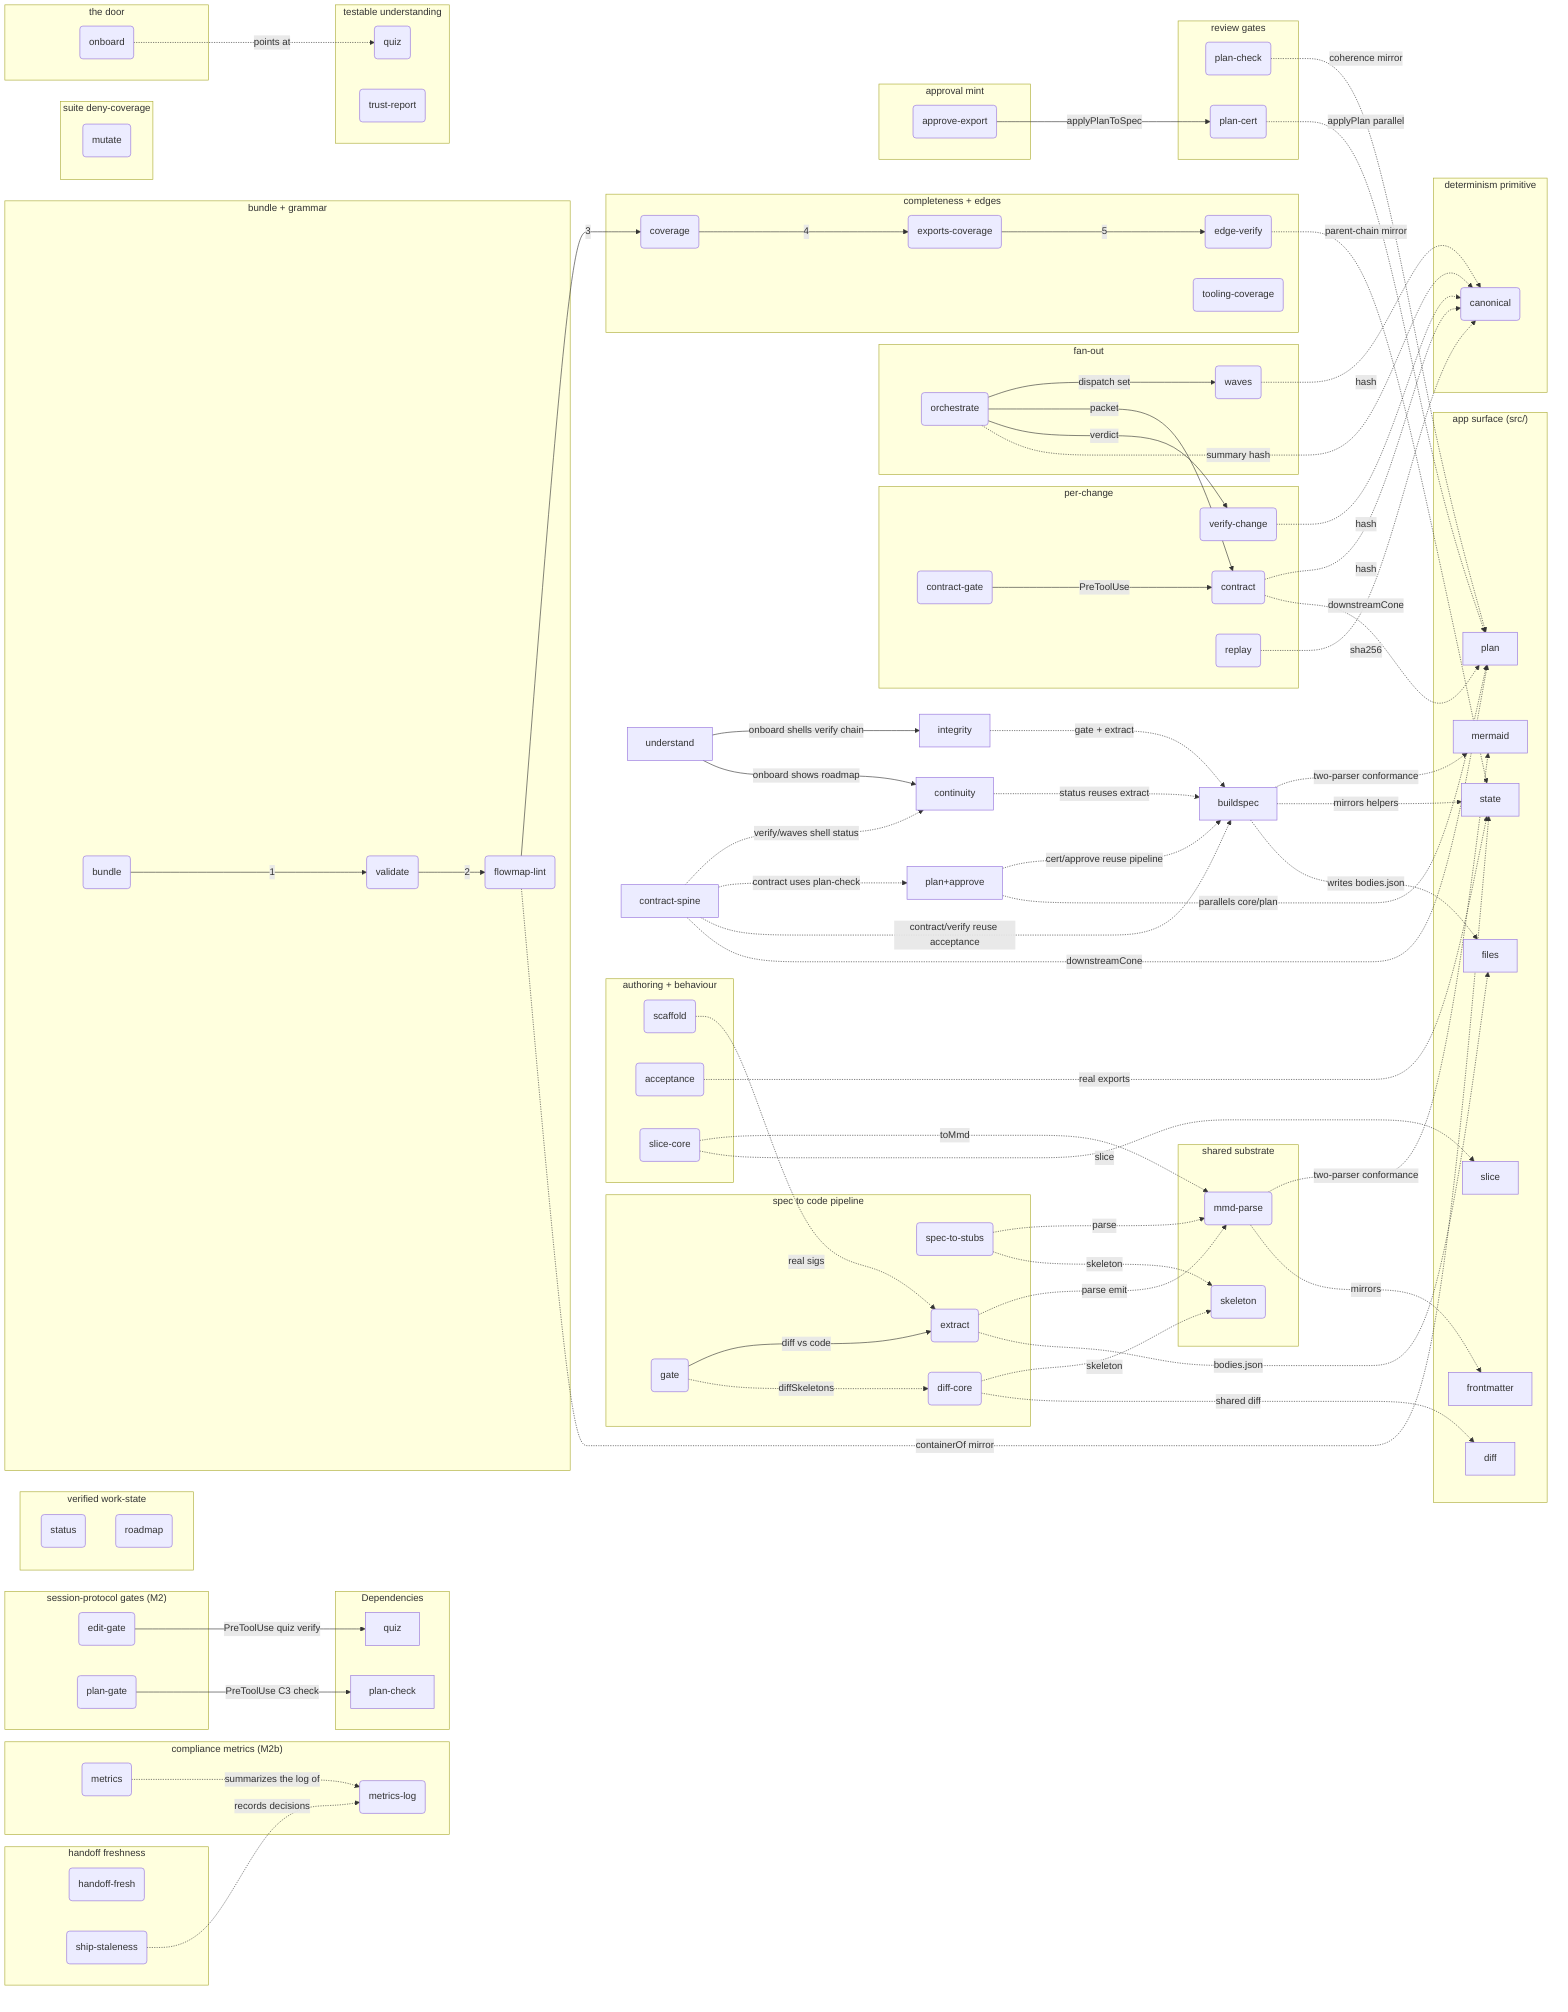
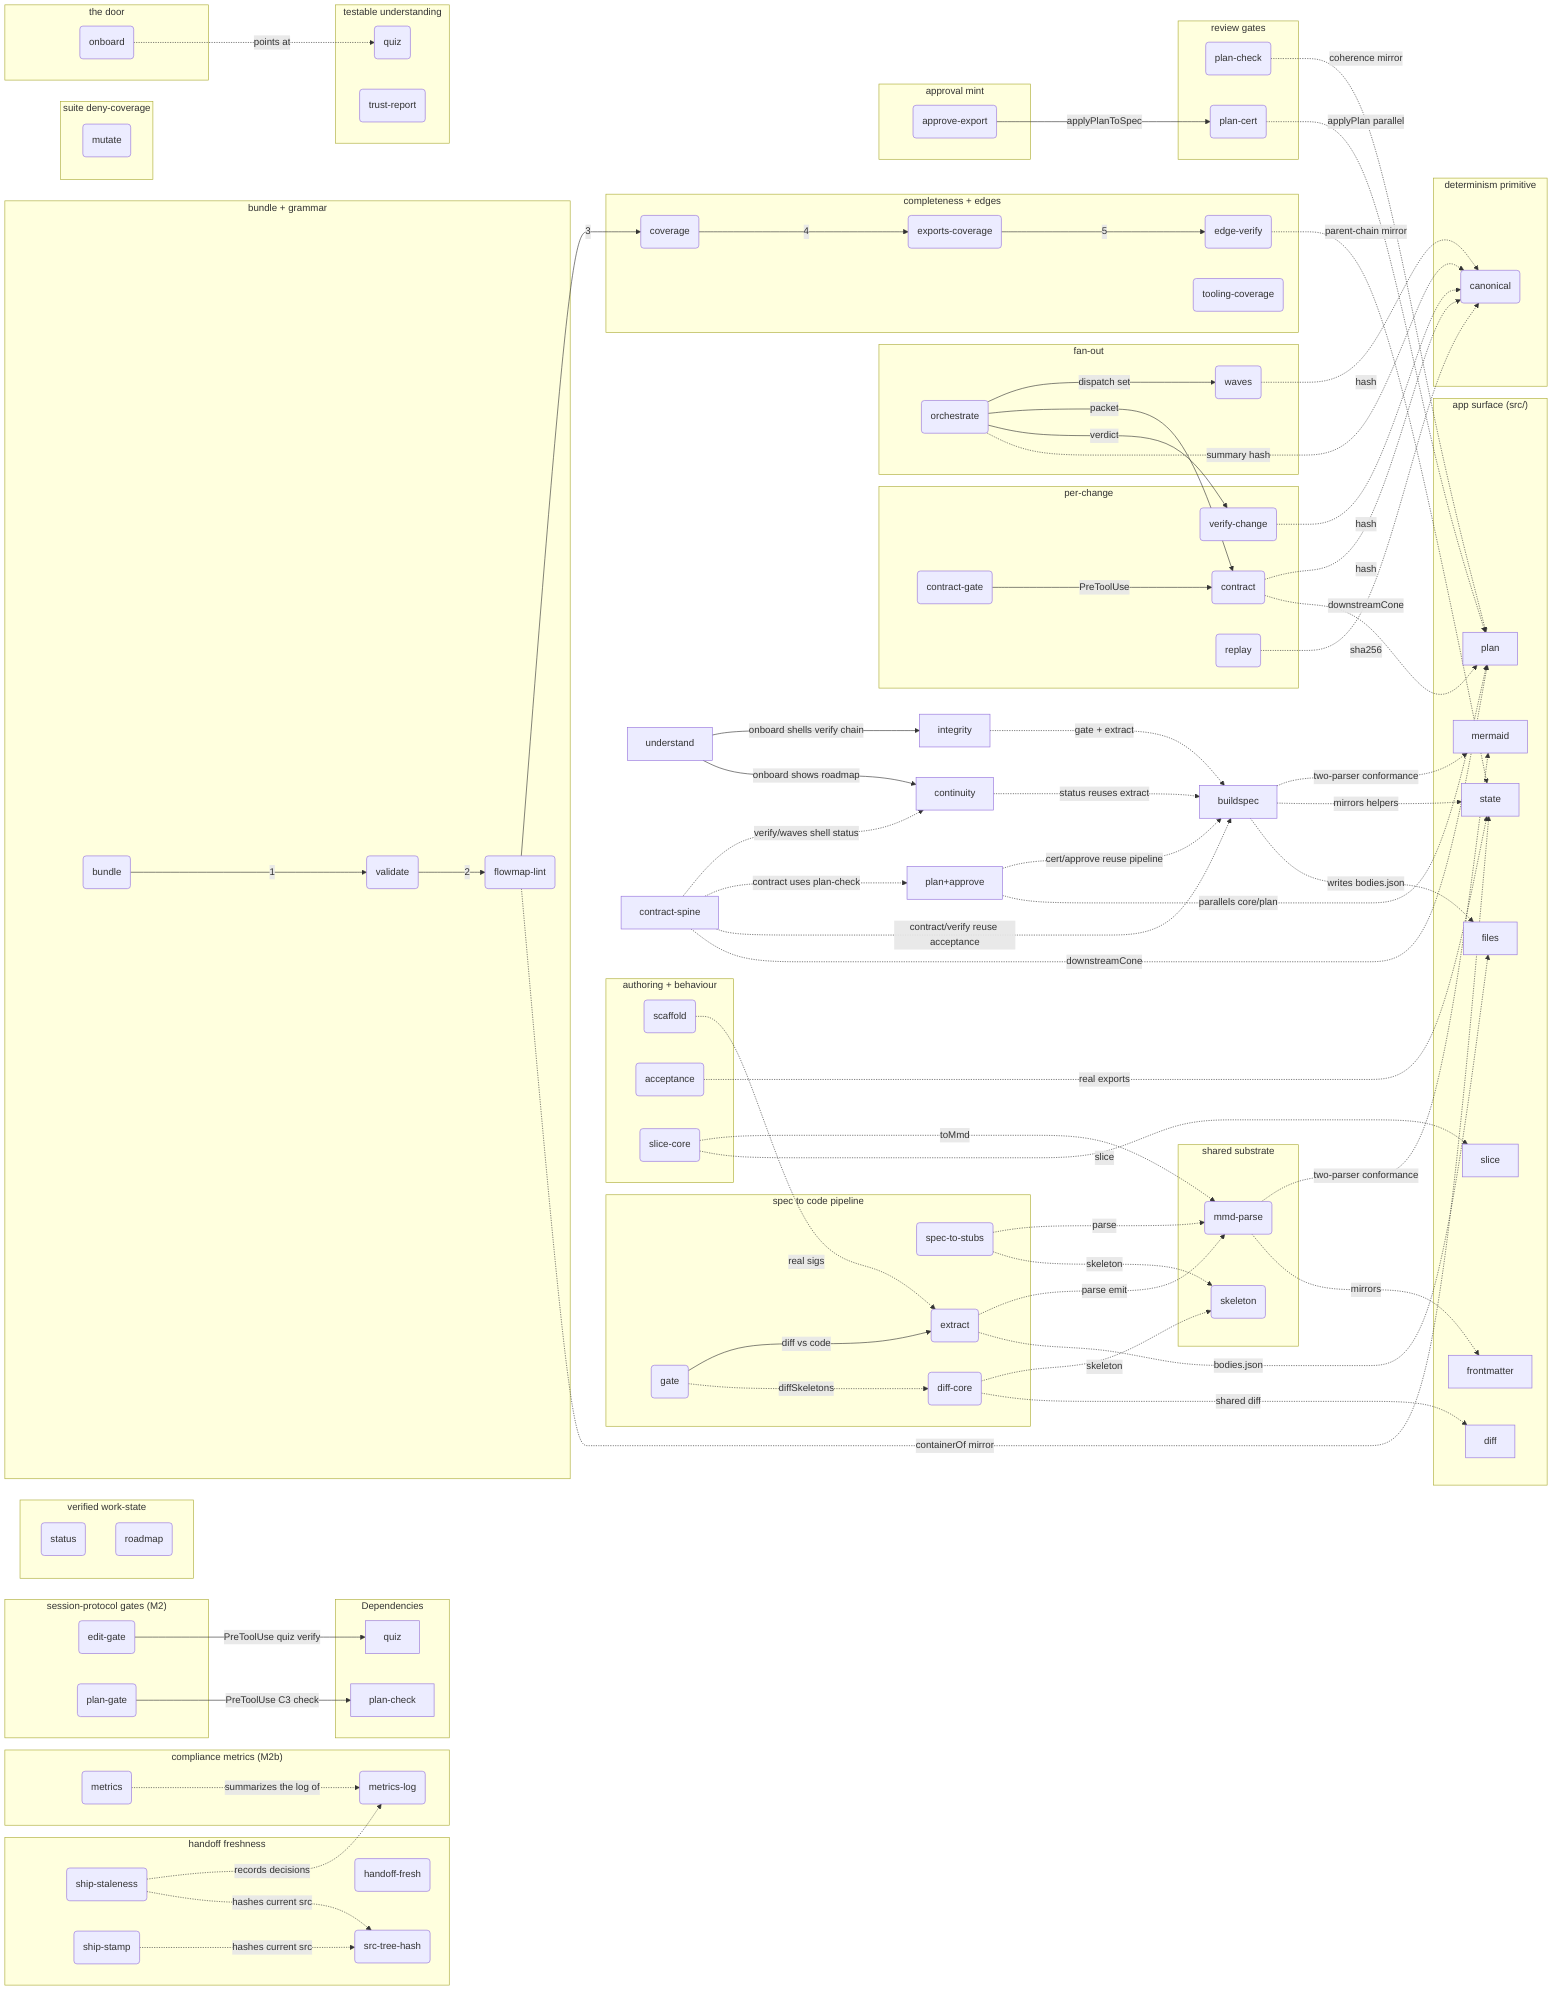
flowchart LR
%% AUTO-GENERATED BUNDLE — do not edit. Edit the per-folder fragments and re-bundle.
%% root flowmapBuildspec

%% fm:meta mermaid name=mermaid
%% fm:meta mermaid desc=app serializer/parser the tooling parser must agree with (two-parser conformance A3)
%% fm:meta frontmatter name=frontmatter
%% fm:meta frontmatter desc=app frontmatter model the tooling parser and skeleton mirror
%% fm:meta state name=state
%% fm:meta state desc=app model and geometry helpers the tooling mirrors and runs acceptance cases against
%% fm:meta files name=files
%% fm:meta files desc=app file IO that consumes the bodies.json the extractor writes
%% fm:meta diff name=diff
%% fm:meta diff desc=app semantic diff whose engine the tooling diff-core shares
%% fm:meta slice name=slice
%% fm:meta slice desc=app neighbourhood slice whose engine the tooling slice-core mirrors
%% fm:meta plan name=plan
%% fm:meta plan desc=app plan overlay model the tooling plan/cert/contract tools parallel and route into
%% fm:meta flowmapBuildspec__mmdParse name=mmd-parse
%% fm:meta flowmapBuildspec__mmdParse desc=zero-dep parser and serializer for the .mmd dialect every tool imports
%% fm:meta flowmapBuildspec__skeleton name=skeleton
%% fm:meta flowmapBuildspec__skeleton desc=canonical contract skeleton of a node plus all type normalization
%% fm:meta flowmapBuildspec__specToStubs name=spec-to-stubs
%% fm:meta flowmapBuildspec__specToStubs desc=step 1 emit TS stubs and contracts so interface drift becomes a tsc error
%% fm:meta flowmapBuildspec__extract name=extract
%% fm:meta flowmapBuildspec__extract desc=step 2 ts-morph walks src and re-serializes real code into a map plus bodies.json
%% fm:meta flowmapBuildspec__diffCore name=diff-core
%% fm:meta flowmapBuildspec__diffCore desc=pure structural diff between two skeleton maps categorizing every mismatch
%% fm:meta flowmapBuildspec__gate name=gate
%% fm:meta flowmapBuildspec__gate desc=step 3 diff committed spec against extracted code and exit non-zero on drift
%% fm:meta flowmapBuildspec__scaffold name=scaffold
%% fm:meta flowmapBuildspec__scaffold desc=author aid init backfill signatures and append plan nodes to fragments
%% fm:meta flowmapBuildspec__acceptance name=acceptance
%% fm:meta flowmapBuildspec__acceptance desc=Keystone 2 run behavioural cases against real src exports to prove correctness
%% fm:meta flowmapBuildspec__sliceCore name=slice-core
%% fm:meta flowmapBuildspec__sliceCore desc=pure model slicer reducing a parsed map to a seed node neighbourhood
%% fm:meta flowmapContinuity__status name=status
%% fm:meta flowmapContinuity__status desc=verified work-state compare a plan proposed signatures against live code built pending drifted missing
%% fm:meta flowmapContinuity__roadmap name=roadmap
%% fm:meta flowmapContinuity__roadmap desc=compute roadmap phase status from predicates and audit the no prose status ban
%% fm:meta flowmapContinuity__handoff name=handoff-fresh
%% fm:meta flowmapContinuity__handoff desc=detect when the handoff lags commits and falsify not yet committed prose claims
%% fm:meta flowmapContinuity__shipStaleness name=ship-staleness
- %% fm:meta flowmapContinuity__shipStaleness desc=Stop hook block a session end while the shipped map lags src demanding flowmap ship
+ %% fm:meta flowmapContinuity__shipStaleness desc=Stop hook block a session end while src content hash differs from the last recorded ship stamp
+ %% fm:meta flowmapContinuity__shipStamp name=ship-stamp
+ %% fm:meta flowmapContinuity__shipStamp desc=last step of flowmap ship record the current src content hash to docs flowmap ship-stamp.json
+ %% fm:meta flowmapContinuity__srcTreeHash name=src-tree-hash
+ %% fm:meta flowmapContinuity__srcTreeHash desc=git plumbing content hash of a directory working tree scratch index add write-tree no timestamps
%% fm:meta flowmapContinuity__metrics name=metrics
%% fm:meta flowmapContinuity__metrics desc=M2b summarize the compliance log into rates quiz gate ship cert unproven and wrap ship runs transparently
%% fm:meta flowmapContinuity__metricsLog name=metrics-log
%% fm:meta flowmapContinuity__metricsLog desc=fail silent JSONL emitter the gates quiz and verdict tools import logging may never change a decision
%% fm:meta flowmapContractSpine__canonical name=canonical
%% fm:meta flowmapContractSpine__canonical desc=the determinism primitive key sorted JSON and sha256 so equality is a hash compare
%% fm:meta flowmapContractSpine__contract name=contract
%% fm:meta flowmapContractSpine__contract desc=emit a byte deterministic per change packet by routing blast radius source and coherence
%% fm:meta flowmapContractSpine__contractGate name=contract-gate
%% fm:meta flowmapContractSpine__contractGate desc=PreToolUse hook deny a spawn carrying a contract sentinel unless the contract resolves clean
%% fm:meta flowmapContractSpine__editGate name=edit-gate
%% fm:meta flowmapContractSpine__editGate desc=PreToolUse hook deny a src edit unless a quiz pass verifies against the current map bytes
%% fm:meta flowmapContractSpine__planGate name=plan-gate
%% fm:meta flowmapContractSpine__planGate desc=PreToolUse hook deny ExitPlanMode while the named or in flight plan fails coherence
%% fm:meta flowmapContractSpine__verifyChange name=verify-change
%% fm:meta flowmapContractSpine__verifyChange desc=fold structural and behavioural results into a data only verdict strict refuses over trust
%% fm:meta flowmapContractSpine__replay name=replay
%% fm:meta flowmapContractSpine__replay desc=determinism harness run a command N times and assert one stdout hash
%% fm:meta flowmapContractSpine__waves name=waves
%% fm:meta flowmapContractSpine__waves desc=topological wave partition of unbuilt changes with cycle detection for parallel dispatch
%% fm:meta flowmapContractSpine__orchestrate name=orchestrate
%% fm:meta flowmapContractSpine__orchestrate desc=the driver waves to per change worktree plus contract to verdict to canonical summary
%% fm:meta flowmapIntegrity__bundle name=bundle
%% fm:meta flowmapIntegrity__bundle desc=merge root plus every fragment into one bundle namespacing private ids
%% fm:meta flowmapIntegrity__validate name=validate
%% fm:meta flowmapIntegrity__validate desc=grammar gate one header unique ids every reference resolves one kind per node
%% fm:meta flowmapIntegrity__lint name=flowmap-lint
%% fm:meta flowmapIntegrity__lint desc=architecture altitude gate fail on flat file-mirror or unsectioned loose bag
%% fm:meta flowmapIntegrity__coverage name=coverage
%% fm:meta flowmapIntegrity__coverage desc=file completeness guard every source file is represented or has a fragment
%% fm:meta flowmapIntegrity__exports name=exports-coverage
%% fm:meta flowmapIntegrity__exports desc=symbol completeness guard every exported symbol is a node or audited entry
%% fm:meta flowmapIntegrity__edges name=edge-verify
%% fm:meta flowmapIntegrity__edges desc=edge integrity guard every edge is import backed intra file or audited advisory
%% fm:meta flowmapIntegrity__toolingCoverage name=tooling-coverage
%% fm:meta flowmapIntegrity__toolingCoverage desc=completeness plus symbol truth guard for the tooling map itself
%% fm:meta flowmapIntegrity__mutate name=mutate
%% fm:meta flowmapIntegrity__mutate desc=mutation harness apply corpus defects in isolated HEAD worktrees and assert the suite reacts as the corpus expects
%% fm:meta flowmapPlanApprove__planCheck name=plan-check
%% fm:meta flowmapPlanApprove__planCheck desc=C3 authoring coherence real ids acyclic deps valid parents coherent accepted set
%% fm:meta flowmapPlanApprove__planCert name=plan-cert
%% fm:meta flowmapPlanApprove__planCert desc=C2 dry-run certificate apply the plan and run generate tsc extract gate as a delta
%% fm:meta flowmapPlanApprove__approve name=approve-export
%% fm:meta flowmapPlanApprove__approve desc=E1 mint write approved map contracts filtered plan and checklist
%% fm:meta flowmapUnderstand__onboard name=onboard
%% fm:meta flowmapUnderstand__onboard desc=the single verifiable door shell the verify chain emit invariants print quiz and roadmap
%% fm:meta flowmapUnderstand__quiz name=quiz
%% fm:meta flowmapUnderstand__quiz desc=Keystone 1 generate structural questions and score answers against live re-derived keys
%% fm:meta flowmapUnderstand__trust name=trust-report
%% fm:meta flowmapUnderstand__trust desc=tier every claim verified advisory or unverified so readers know what is enforced

%% kind flowmapBuildspec module
%% kind flowmapIntegrity module
%% kind flowmapUnderstand module
%% kind flowmapContinuity module
%% kind flowmapPlanApprove module
%% kind flowmapContractSpine module
%% kind mermaid module
%% kind frontmatter module
%% kind state module
%% kind files module
%% kind diff module
%% kind slice module
%% kind plan module
%% kind flowmapBuildspec__mmdParse module
%% kind flowmapBuildspec__skeleton module
%% kind flowmapBuildspec__specToStubs service
%% kind flowmapBuildspec__extract service
%% kind flowmapBuildspec__diffCore module
%% kind flowmapBuildspec__gate service
%% kind flowmapBuildspec__scaffold service
%% kind flowmapBuildspec__acceptance service
%% kind flowmapBuildspec__sliceCore module
%% kind flowmapContinuity__status service
%% kind flowmapContinuity__roadmap service
%% kind flowmapContinuity__handoff service
%% kind flowmapContinuity__shipStaleness service
+ %% kind flowmapContinuity__shipStamp service
+ %% kind flowmapContinuity__srcTreeHash module
%% kind flowmapContinuity__metrics service
%% kind flowmapContinuity__metricsLog module
%% kind flowmapContractSpine__canonical module
%% kind flowmapContractSpine__contract service
%% kind flowmapContractSpine__contractGate service
%% kind flowmapContractSpine__editGate service
%% kind flowmapContractSpine__planGate service
%% kind flowmapContractSpine__verifyChange service
%% kind flowmapContractSpine__replay service
%% kind flowmapContractSpine__waves service
%% kind flowmapContractSpine__orchestrate service
%% kind flowmapIntegrity__bundle service
%% kind flowmapIntegrity__validate service
%% kind flowmapIntegrity__lint service
%% kind flowmapIntegrity__coverage service
%% kind flowmapIntegrity__exports service
%% kind flowmapIntegrity__edges service
%% kind flowmapIntegrity__toolingCoverage service
%% kind flowmapIntegrity__mutate service
%% kind flowmapPlanApprove__planCheck service
%% kind flowmapPlanApprove__planCert service
%% kind flowmapPlanApprove__approve service
%% kind flowmapUnderstand__onboard service
%% kind flowmapUnderstand__quiz service
%% kind flowmapUnderstand__trust service
%% parent flowmapBuildspec__bs_substrate flowmapBuildspec
%% parent flowmapBuildspec__bs_pipeline flowmapBuildspec
%% parent flowmapBuildspec__bs_aids flowmapBuildspec
%% parent flowmapContinuity__co_state flowmapContinuity
%% parent flowmapContinuity__co_handoff flowmapContinuity
%% parent flowmapContinuity__co_metrics flowmapContinuity
%% parent flowmapContractSpine__cs_prim flowmapContractSpine
%% parent flowmapContractSpine__cs_change flowmapContractSpine
%% parent flowmapContractSpine__cs_fanout flowmapContractSpine
%% parent flowmapContractSpine__cs_protocol flowmapContractSpine
%% parent flowmapIntegrity__in_build flowmapIntegrity
%% parent flowmapIntegrity__in_complete flowmapIntegrity
%% parent flowmapIntegrity__in_suite flowmapIntegrity
%% parent flowmapPlanApprove__pa_gates flowmapPlanApprove
%% parent flowmapPlanApprove__pa_mint flowmapPlanApprove
%% parent flowmapUnderstand__un_door flowmapUnderstand
%% parent flowmapUnderstand__un_prove flowmapUnderstand
%% src flowmapBuildspec__mmdParse tools/buildspec/mmd-parse.mjs#parseMmd
%% src flowmapBuildspec__skeleton tools/buildspec/skeleton.mjs#specSkeleton
%% src flowmapBuildspec__specToStubs tools/buildspec/spec-to-stubs.mjs#generate
%% src flowmapBuildspec__extract tools/buildspec/extract.mjs#extract
%% src flowmapBuildspec__diffCore tools/buildspec/diff-core.mjs#diffSkeletons
%% src flowmapBuildspec__gate tools/buildspec/gate.mjs
%% src flowmapBuildspec__scaffold tools/buildspec/scaffold.mjs#addFromPlan
%% src flowmapBuildspec__acceptance tools/buildspec/acceptance.mjs#runAcceptance
%% src flowmapBuildspec__sliceCore tools/buildspec/slice-core.mjs#sliceModel
%% src flowmapContinuity__status tools/flowmap/status.mjs
%% src flowmapContinuity__roadmap tools/flowmap/roadmap.mjs
%% src flowmapContinuity__handoff tools/flowmap/handoff-fresh.mjs#checkContentClaims
%% src flowmapContinuity__shipStaleness tools/flowmap/ship-staleness.mjs
+ %% src flowmapContinuity__shipStamp tools/flowmap/ship-stamp.mjs
+ %% src flowmapContinuity__srcTreeHash tools/flowmap/lib/src-tree-hash.mjs#srcTreeHash
%% src flowmapContinuity__metrics tools/flowmap/metrics.mjs
%% src flowmapContinuity__metricsLog tools/flowmap/lib/metrics-log.mjs#recordEvent
%% src flowmapContractSpine__canonical tools/flowmap/lib/canonical.mjs#canonicalize
%% src flowmapContractSpine__contract tools/flowmap/contract.mjs
%% src flowmapContractSpine__contractGate tools/flowmap/contract-gate.mjs
%% src flowmapContractSpine__editGate tools/flowmap/edit-gate.mjs
%% src flowmapContractSpine__planGate tools/flowmap/plan-gate.mjs
%% src flowmapContractSpine__verifyChange tools/flowmap/verify-change.mjs
%% src flowmapContractSpine__replay tools/flowmap/replay.mjs
%% src flowmapContractSpine__waves tools/flowmap/waves.mjs
%% src flowmapContractSpine__orchestrate tools/flowmap/orchestrate.mjs
%% src flowmapIntegrity__bundle tools/flowmap/bundle.mjs
%% src flowmapIntegrity__validate tools/flowmap/validate.mjs
%% src flowmapIntegrity__lint tools/flowmap/flowmap-lint.mjs#lint
%% src flowmapIntegrity__coverage tools/flowmap/coverage.mjs
%% src flowmapIntegrity__exports tools/flowmap/exports-coverage.mjs
%% src flowmapIntegrity__edges tools/flowmap/edge-verify.mjs#verifyEdges
%% src flowmapIntegrity__toolingCoverage tools/flowmap/tooling-coverage.mjs
%% src flowmapIntegrity__mutate tools/flowmap/mutate.mjs
%% src flowmapPlanApprove__planCheck tools/flowmap/plan-check.mjs#checkPlan
%% src flowmapPlanApprove__planCert tools/flowmap/plan-cert.mjs#certifyPlan
%% src flowmapPlanApprove__approve tools/flowmap/approve-export.mjs#approveExport
%% src flowmapUnderstand__onboard tools/flowmap/onboard.mjs
%% src flowmapUnderstand__quiz tools/flowmap/quiz.mjs
%% src flowmapUnderstand__trust tools/flowmap/trust-report.mjs

  flowmapBuildspec["buildspec"]
  flowmapIntegrity["integrity"]
  flowmapUnderstand["understand"]
  flowmapContinuity["continuity"]
  flowmapPlanApprove["plan+approve"]
  flowmapContractSpine["contract-spine"]
  subgraph AppSurface ["app surface (src/)"]
    mermaid["mermaid"]
    frontmatter["frontmatter"]
    state["state"]
    files["files"]
    diff["diff"]
    slice["slice"]
    plan["plan"]
  end
  %% ---- subsystem-level flow (the loop) ----
  %% ---- tooling -> app surface (the blast radius) ----

  subgraph flowmapBuildspec__bs_substrate ["shared substrate"]
    flowmapBuildspec__mmdParse("mmd-parse")
    flowmapBuildspec__skeleton("skeleton")
  end
  subgraph flowmapBuildspec__bs_pipeline ["spec to code pipeline"]
    flowmapBuildspec__specToStubs("spec-to-stubs")
    flowmapBuildspec__extract("extract")
    flowmapBuildspec__gate("gate")
    flowmapBuildspec__diffCore("diff-core")
  end
  subgraph flowmapBuildspec__bs_aids ["authoring + behaviour"]
    flowmapBuildspec__scaffold("scaffold")
    flowmapBuildspec__acceptance("acceptance")
    flowmapBuildspec__sliceCore("slice-core")
  end

  subgraph flowmapContinuity__co_state ["verified work-state"]
    flowmapContinuity__status("status")
    flowmapContinuity__roadmap("roadmap")
  end
  subgraph flowmapContinuity__co_handoff ["handoff freshness"]
    flowmapContinuity__handoff("handoff-fresh")
    flowmapContinuity__shipStaleness("ship-staleness")
+     flowmapContinuity__shipStamp("ship-stamp")
+     flowmapContinuity__srcTreeHash("src-tree-hash")
  end
  subgraph flowmapContinuity__co_metrics ["compliance metrics (M2b)"]
    flowmapContinuity__metrics("metrics")
    flowmapContinuity__metricsLog("metrics-log")
  end

  subgraph flowmapContractSpine__cs_prim ["determinism primitive"]
    flowmapContractSpine__canonical("canonical")
  end
  subgraph flowmapContractSpine__cs_change ["per-change"]
    flowmapContractSpine__contract("contract")
    flowmapContractSpine__contractGate("contract-gate")
    flowmapContractSpine__verifyChange("verify-change")
    flowmapContractSpine__replay("replay")
  end
  subgraph flowmapContractSpine__cs_fanout ["fan-out"]
    flowmapContractSpine__waves("waves")
    flowmapContractSpine__orchestrate("orchestrate")
  end
  subgraph flowmapContractSpine__cs_protocol ["session-protocol gates (M2)"]
    flowmapContractSpine__editGate("edit-gate")
    flowmapContractSpine__planGate("plan-gate")
  end
  subgraph flowmapContractSpine__Deps ["Dependencies"]
    flowmapContractSpine__quiz["quiz"]
    flowmapContractSpine__planCheck["plan-check"]
  end

  subgraph flowmapIntegrity__in_build ["bundle + grammar"]
    flowmapIntegrity__bundle("bundle")
    flowmapIntegrity__validate("validate")
    flowmapIntegrity__lint("flowmap-lint")
  end
  subgraph flowmapIntegrity__in_complete ["completeness + edges"]
    flowmapIntegrity__coverage("coverage")
    flowmapIntegrity__exports("exports-coverage")
    flowmapIntegrity__edges("edge-verify")
    flowmapIntegrity__toolingCoverage("tooling-coverage")
  end
  subgraph flowmapIntegrity__in_suite ["suite deny-coverage"]
    flowmapIntegrity__mutate("mutate")
  end

  subgraph flowmapPlanApprove__pa_gates ["review gates"]
    flowmapPlanApprove__planCheck("plan-check")
    flowmapPlanApprove__planCert("plan-cert")
  end
  subgraph flowmapPlanApprove__pa_mint ["approval mint"]
    flowmapPlanApprove__approve("approve-export")
  end

  subgraph flowmapUnderstand__un_door ["the door"]
    flowmapUnderstand__onboard("onboard")
  end
  subgraph flowmapUnderstand__un_prove ["testable understanding"]
    flowmapUnderstand__quiz("quiz")
    flowmapUnderstand__trust("trust-report")
  end

  flowmapUnderstand -->|onboard shells verify chain| flowmapIntegrity
  flowmapUnderstand -->|onboard shows roadmap| flowmapContinuity
  flowmapIntegrity -.->|gate + extract| flowmapBuildspec
  flowmapContinuity -.->|status reuses extract| flowmapBuildspec
  flowmapPlanApprove -.->|cert/approve reuse pipeline| flowmapBuildspec
  flowmapContractSpine -.->|verify/waves shell status| flowmapContinuity
  flowmapContractSpine -.->|contract uses plan-check| flowmapPlanApprove
  flowmapContractSpine -.->|contract/verify reuse acceptance| flowmapBuildspec
  flowmapBuildspec -.->|two-parser conformance| mermaid
  flowmapBuildspec -.->|mirrors helpers| state
  flowmapBuildspec -.->|writes bodies.json| files
  flowmapPlanApprove -.->|parallels core/plan| plan
  flowmapContractSpine -.->|downstreamCone| plan
  flowmapBuildspec__gate -->|diff vs code| flowmapBuildspec__extract
  flowmapBuildspec__gate -.->|diffSkeletons| flowmapBuildspec__diffCore
  flowmapBuildspec__diffCore -.->|skeleton| flowmapBuildspec__skeleton
  flowmapBuildspec__extract -.->|parse emit| flowmapBuildspec__mmdParse
  flowmapBuildspec__specToStubs -.->|parse| flowmapBuildspec__mmdParse
  flowmapBuildspec__specToStubs -.->|skeleton| flowmapBuildspec__skeleton
  flowmapBuildspec__scaffold -.->|real sigs| flowmapBuildspec__extract
  flowmapBuildspec__sliceCore -.->|toMmd| flowmapBuildspec__mmdParse
  flowmapBuildspec__mmdParse -.->|two-parser conformance| mermaid
  flowmapBuildspec__mmdParse -.->|mirrors| frontmatter
  flowmapBuildspec__extract -.->|bodies.json| files
  flowmapBuildspec__acceptance -.->|real exports| state
  flowmapBuildspec__diffCore -.->|shared diff| diff
  flowmapBuildspec__sliceCore -.->|slice| slice
  flowmapContinuity__metrics -.->|summarizes the log of| flowmapContinuity__metricsLog
  flowmapContinuity__shipStaleness -.->|records decisions| flowmapContinuity__metricsLog
+   flowmapContinuity__shipStaleness -.->|hashes current src| flowmapContinuity__srcTreeHash
+   flowmapContinuity__shipStamp -.->|hashes current src| flowmapContinuity__srcTreeHash
  flowmapContractSpine__contractGate -->|PreToolUse| flowmapContractSpine__contract
  flowmapContractSpine__editGate -->|PreToolUse quiz verify| flowmapContractSpine__quiz
  flowmapContractSpine__planGate -->|PreToolUse C3 check| flowmapContractSpine__planCheck
  flowmapContractSpine__orchestrate -->|dispatch set| flowmapContractSpine__waves
  flowmapContractSpine__orchestrate -->|packet| flowmapContractSpine__contract
  flowmapContractSpine__orchestrate -->|verdict| flowmapContractSpine__verifyChange
  flowmapContractSpine__contract -.->|hash| flowmapContractSpine__canonical
  flowmapContractSpine__verifyChange -.->|hash| flowmapContractSpine__canonical
  flowmapContractSpine__replay -.->|sha256| flowmapContractSpine__canonical
  flowmapContractSpine__waves -.->|hash| flowmapContractSpine__canonical
  flowmapContractSpine__orchestrate -.->|summary hash| flowmapContractSpine__canonical
  flowmapContractSpine__contract -.->|downstreamCone| plan
  flowmapIntegrity__bundle -->|1| flowmapIntegrity__validate
  flowmapIntegrity__validate -->|2| flowmapIntegrity__lint
  flowmapIntegrity__lint -->|3| flowmapIntegrity__coverage
  flowmapIntegrity__coverage -->|4| flowmapIntegrity__exports
  flowmapIntegrity__exports -->|5| flowmapIntegrity__edges
  flowmapIntegrity__lint -.->|containerOf mirror| state
  flowmapIntegrity__edges -.->|parent-chain mirror| state
  flowmapPlanApprove__approve -->|applyPlanToSpec| flowmapPlanApprove__planCert
  flowmapPlanApprove__planCheck -.->|coherence mirror| plan
  flowmapPlanApprove__planCert -.->|applyPlan parallel| plan
  flowmapUnderstand__onboard -.->|points at| flowmapUnderstand__quiz
